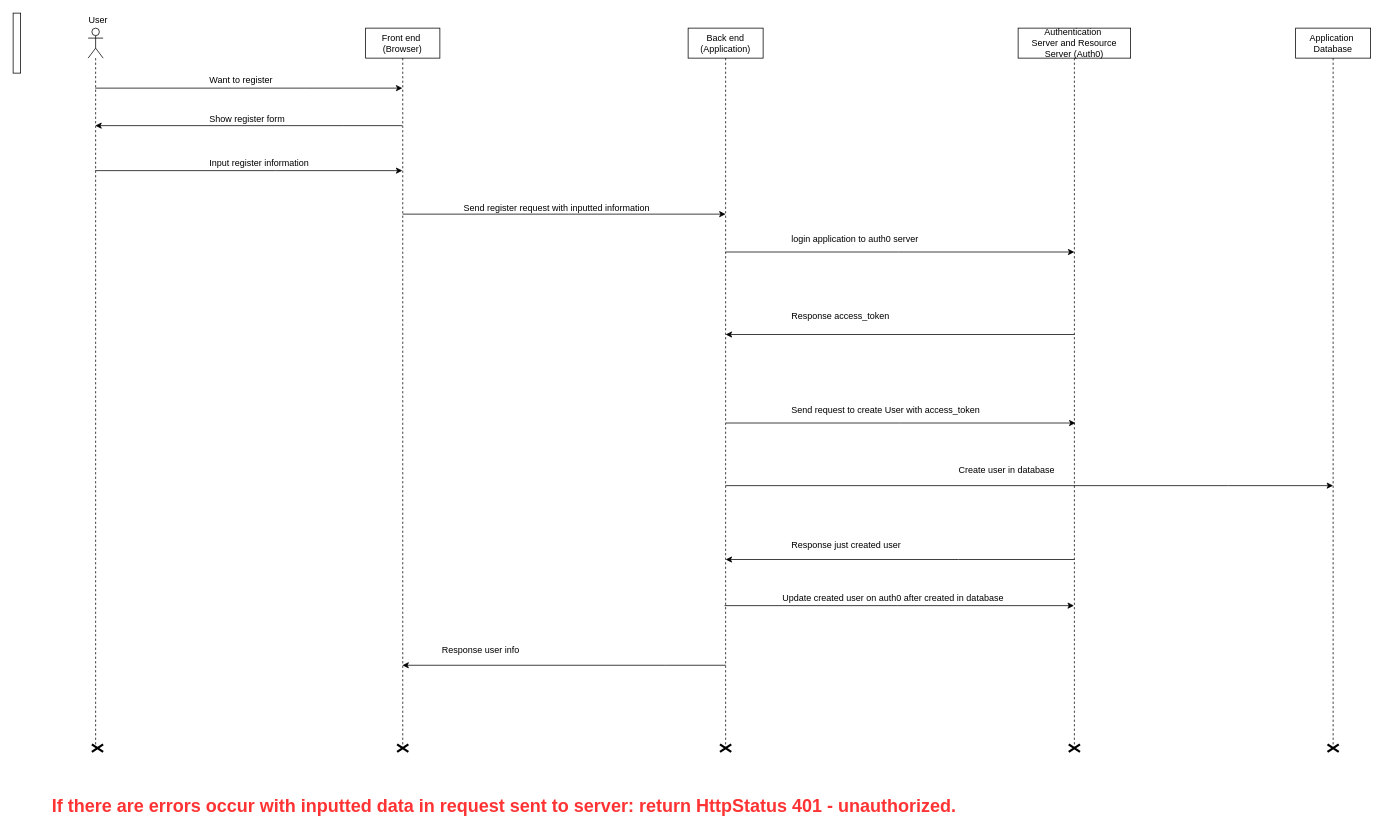
This is document_register.drawio from quocq6hcm/HeHeHe, a draw.io file, before an edit. Source tidied: cells renumbered, new cells numbered last; positions are measured from the earlier drawing's top-left corner, leaving out a move shared by most shapes. Both pictures are drawn from the tidied source at 75%, with x=0, y=0 at pixel (13, 13).
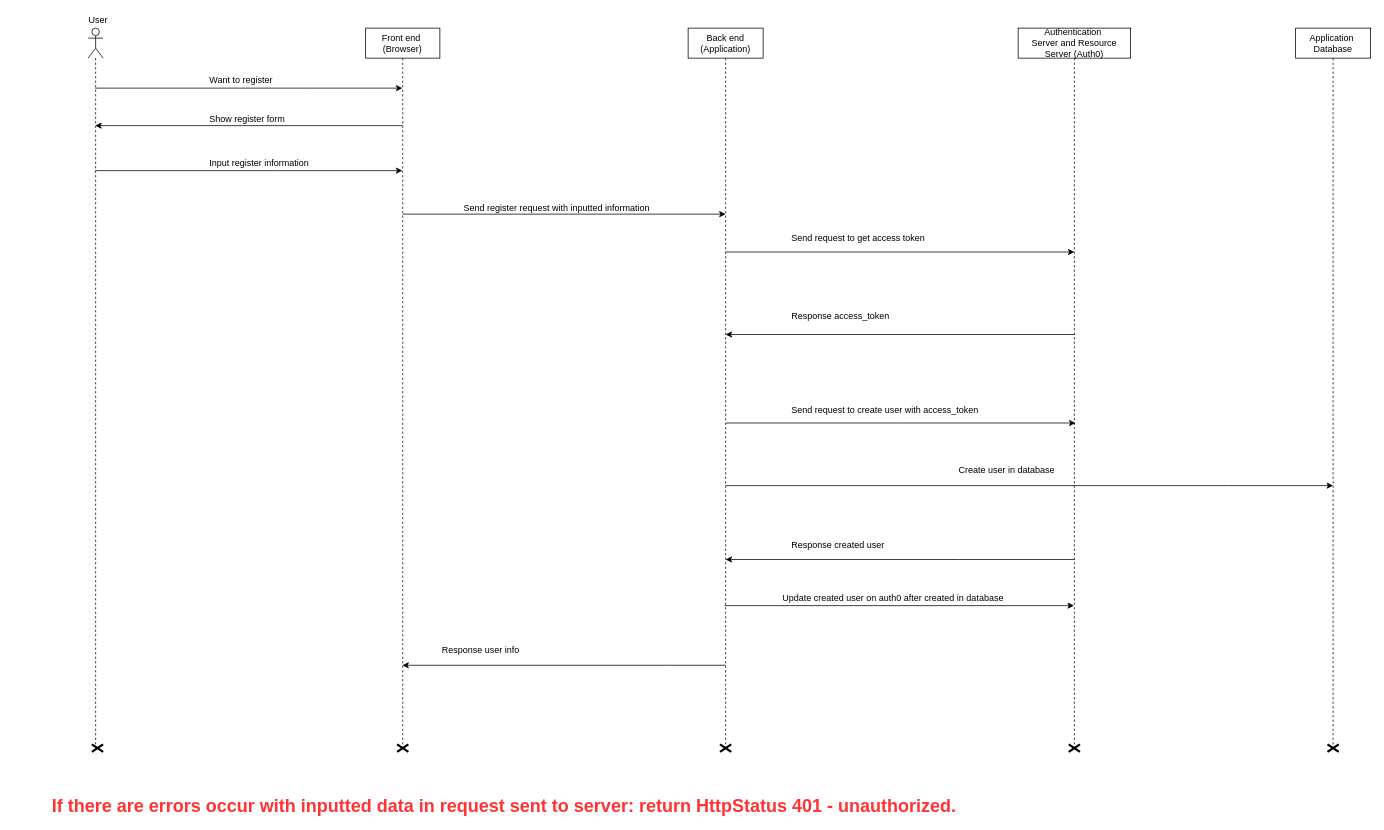
After the change.

What changed in the source:
```diff
@@
-    <mxCell id="14" value="Response just created user&lt;br&gt;" style="text;html=1;align=left;verticalAlign=top;spacingTop=-4;" parent="1" vertex="1">
-      <mxGeometry x="1035.5" y="698.5" width="160" height="20" as="geometry" />
+    <mxCell id="14" value="Response created user&lt;br&gt;" style="text;html=1;align=left;verticalAlign=top;spacingTop=-4;" parent="1" vertex="1">
+      <mxGeometry x="1035.5" y="698.5" width="140" height="20" as="geometry" />
     </mxCell>
@@
-    <mxCell id="19" value="login application to auth0 server" style="text;html=1;align=left;verticalAlign=top;spacingTop=-4;" parent="1" vertex="1">
-      <mxGeometry x="1035.5" y="290.5" width="180" height="20" as="geometry" />
-    </mxCell>
@@
-    <mxCell id="22" value="Send request to create User with access_token" style="text;html=1;align=left;verticalAlign=top;spacingTop=-4;" parent="1" vertex="1">
-      <mxGeometry x="1035.5" y="518.5" width="270" height="20" as="geometry" />
+    <mxCell id="22" value="Send request to create user with access_token" style="text;html=1;align=left;verticalAlign=top;spacingTop=-4;" parent="1" vertex="1">
+      <mxGeometry x="1035.5" y="518.5" width="260" height="20" as="geometry" />
     </mxCell>
@@
-    <mxCell id="34" style="html=1;perimeter=orthogonalPerimeter;" parent="1" vertex="1">
-      <mxGeometry width="10" height="80" as="geometry" />
-    </mxCell>
@@
+    <mxCell id="37" value="Send request to get access token&lt;br&gt;&lt;br&gt;" style="text;html=1;align=left;verticalAlign=top;spacingTop=-4;" parent="1" vertex="1">
+      <mxGeometry x="1035.5" y="290" width="190" height="30" as="geometry" />
+    </mxCell>
```
